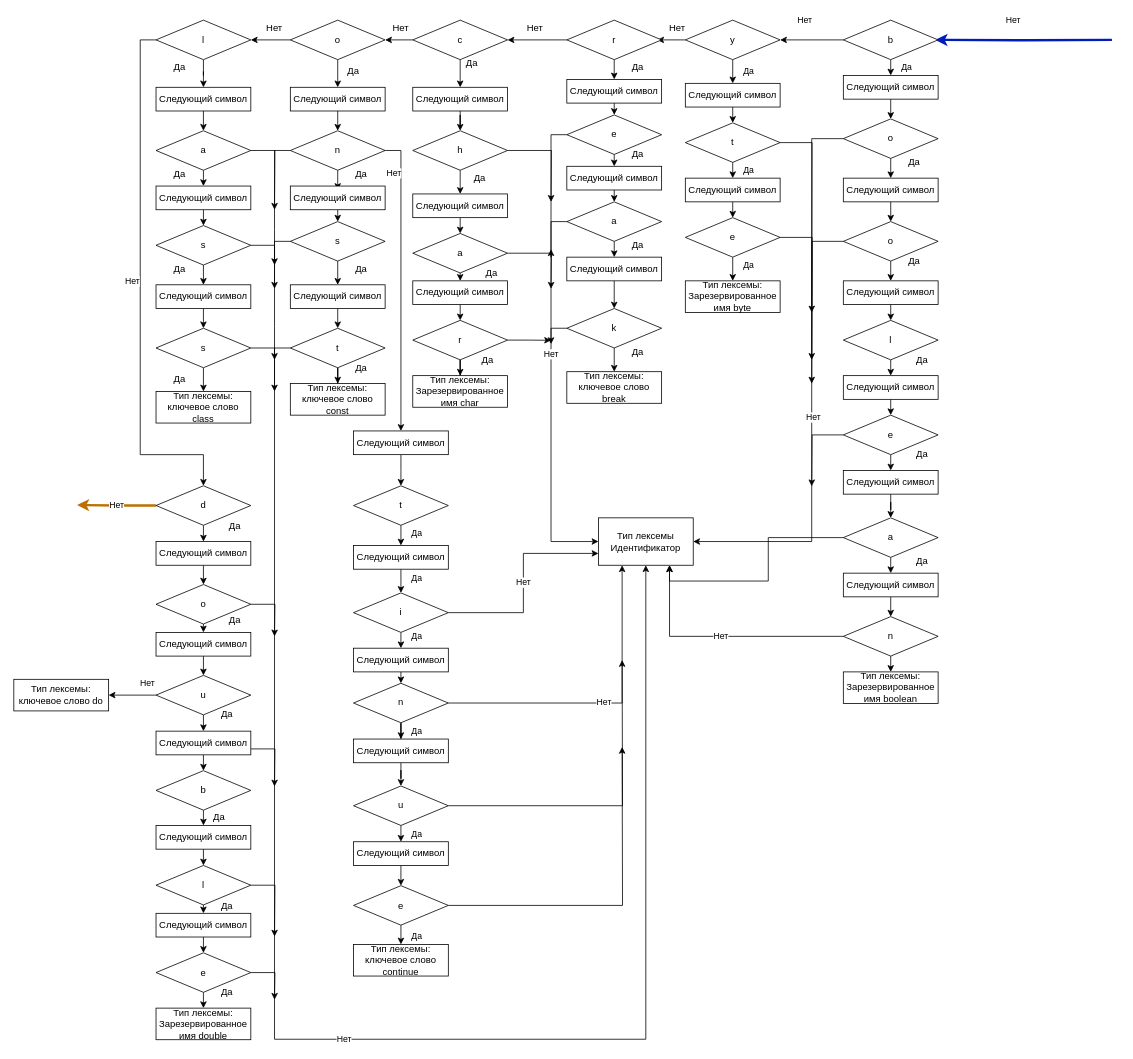
The draw.io diagram finally_automat3.drawio in DieNice/CourseTranslator, before the edit. Source tidied: cells renumbered, new cells numbered last; positions are measured from the earlier drawing's top-left corner, leaving out a move shared by most shapes. Both pictures are drawn from the tidied source at 79%, with x=0, y=0 at pixel (13, 20).
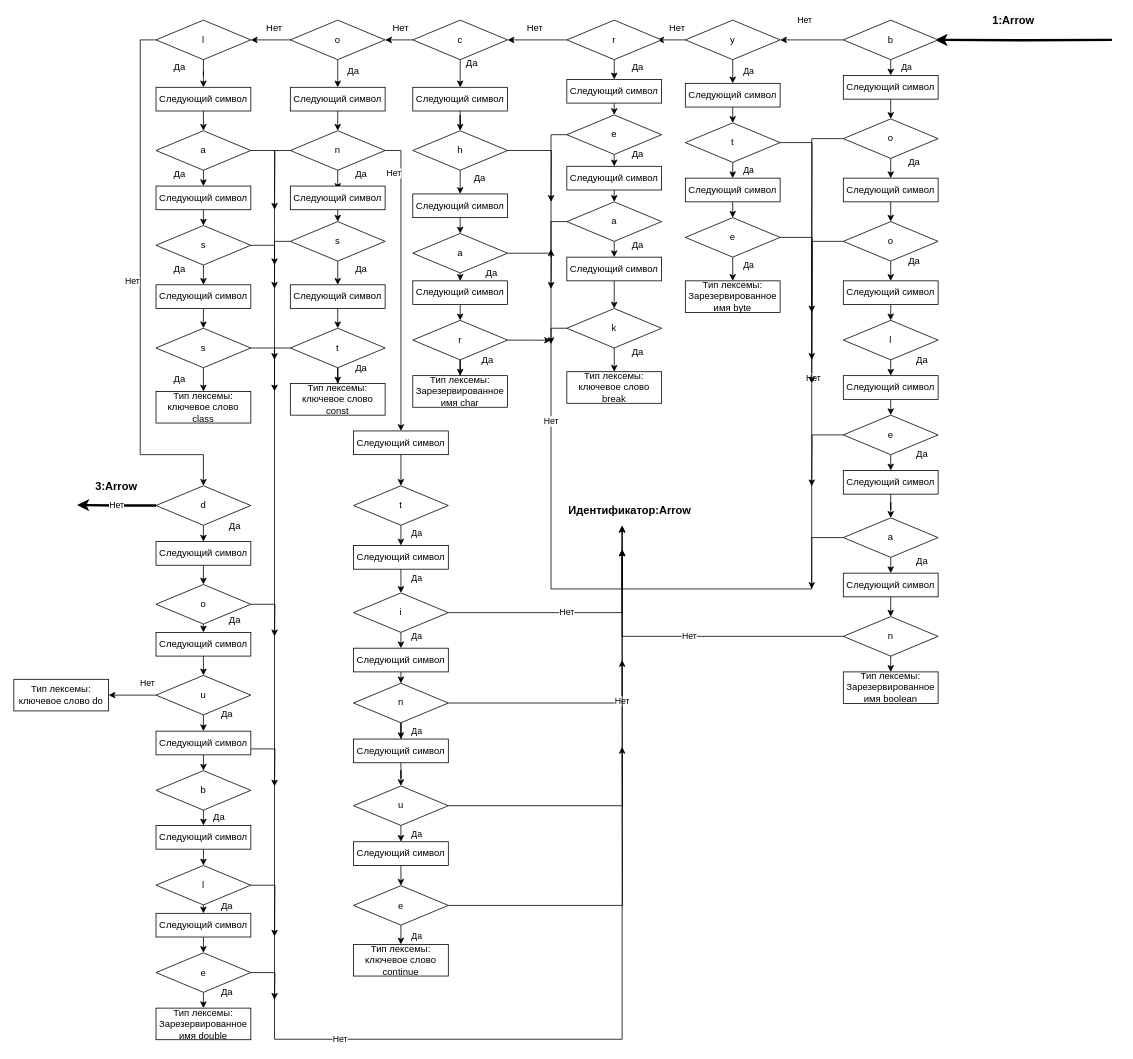
Above is the later version.

The change refers to these unchanged cells:
```xml
<mxCell id="5" value="b" style="rhombus;whiteSpace=wrap;html=1;" parent="1" vertex="1">
  <mxGeometry x="1050" width="120" height="50" as="geometry" />
</mxCell>
<mxCell id="9" value="o" style="rhombus;whiteSpace=wrap;html=1;" parent="1" vertex="1">
  <mxGeometry x="1050" y="125" width="120" height="50" as="geometry" />
</mxCell>
<mxCell id="20" value="a" style="rhombus;whiteSpace=wrap;html=1;" parent="1" vertex="1">
  <mxGeometry x="1050" y="630" width="120" height="50" as="geometry" />
</mxCell>
<mxCell id="23" value="n" style="rhombus;whiteSpace=wrap;html=1;" parent="1" vertex="1">
  <mxGeometry x="1050" y="755" width="120" height="50" as="geometry" />
</mxCell>
<mxCell id="43" value="e" style="rhombus;whiteSpace=wrap;html=1;" parent="1" vertex="1">
  <mxGeometry x="700" y="120" width="120" height="50" as="geometry" />
</mxCell>
<mxCell id="87" value="t" style="rhombus;whiteSpace=wrap;html=1;" parent="1" vertex="1">
  <mxGeometry x="350" y="390" width="120" height="50" as="geometry" />
</mxCell>
<mxCell id="112" value="i" style="rhombus;whiteSpace=wrap;html=1;" parent="1" vertex="1">
  <mxGeometry x="430" y="725" width="120" height="50" as="geometry" />
</mxCell>
<mxCell id="115" value="n" style="rhombus;whiteSpace=wrap;html=1;" parent="1" vertex="1">
  <mxGeometry x="430" y="839.4" width="120" height="50" as="geometry" />
</mxCell>
<mxCell id="126" value="d" style="rhombus;whiteSpace=wrap;html=1;" parent="1" vertex="1">
  <mxGeometry x="180" y="589.4" width="120" height="50" as="geometry" />
</mxCell>
```

Diff of the diagram source:
```diff
@@
-    <mxCell id="2" value="Нет" style="edgeStyle=orthogonalEdgeStyle;rounded=0;jettySize=auto;html=1;exitX=0;exitY=0.5;exitDx=0;exitDy=0;entryX=0.971;entryY=0.5;entryDx=0;entryDy=0;entryPerimeter=0;fillColor=#0050ef;strokeColor=#001DBC;strokeWidth=3;" parent="1" edge="1" target="5">
+    <mxCell id="2" value="&lt;b style=&quot;color: rgb(0, 0, 0); font-family: helvetica; font-size: 12px; font-style: normal; letter-spacing: normal; text-align: center; text-indent: 0px; text-transform: none; word-spacing: 0px; background-color: rgb(248, 249, 250);&quot;&gt;&lt;font style=&quot;font-size: 14px&quot;&gt;1:Arrow&lt;/font&gt;&lt;/b&gt;" style="edgeStyle=orthogonalEdgeStyle;rounded=0;jettySize=auto;html=1;exitX=0;exitY=0.5;exitDx=0;exitDy=0;entryX=0.971;entryY=0.5;entryDx=0;entryDy=0;entryPerimeter=0;fillColor=#0050ef;strokeWidth=3;" parent="1" edge="1" target="5">
       <mxGeometry x="0.12" y="-25" relative="1" as="geometry">
         <mxPoint x="1390" y="25" as="sourcePoint" />
         <mxPoint x="-1" as="offset" />
       </mxGeometry>
     </mxCell>
@@
-    <mxCell id="7" style="edgeStyle=orthogonalEdgeStyle;rounded=0;jettySize=auto;html=1;exitX=0;exitY=0.5;exitDx=0;exitDy=0;entryX=1;entryY=0.5;entryDx=0;entryDy=0;strokeWidth=1;" parent="1" edge="1" source="9" target="216">
+    <mxCell id="7" style="edgeStyle=orthogonalEdgeStyle;rounded=0;jettySize=auto;html=1;exitX=0;exitY=0.5;exitDx=0;exitDy=0;strokeWidth=1;" parent="1" edge="1" source="9">
       <mxGeometry relative="1" as="geometry">
+        <mxPoint x="1010" y="720" as="targetPoint" />
         <Array as="points">
           <mxPoint x="1010" y="150" />
           <mxPoint x="1010" y="660" />
         </Array>
       </mxGeometry>
     </mxCell>
@@
-    <mxCell id="19" style="edgeStyle=orthogonalEdgeStyle;rounded=0;jettySize=auto;html=1;exitX=0;exitY=0.5;exitDx=0;exitDy=0;entryX=0.75;entryY=1;entryDx=0;entryDy=0;strokeWidth=1;" parent="1" edge="1" source="20" target="216">
-      <mxGeometry relative="1" as="geometry" />
+    <mxCell id="19" style="edgeStyle=orthogonalEdgeStyle;rounded=0;jettySize=auto;html=1;exitX=0;exitY=0.5;exitDx=0;exitDy=0;strokeWidth=1;" parent="1" edge="1" source="20">
+      <mxGeometry relative="1" as="geometry">
+        <mxPoint x="770" y="640" as="targetPoint" />
+        <Array as="points">
+          <mxPoint x="1010" y="655" />
+          <mxPoint x="1010" y="720" />
+          <mxPoint x="770" y="720" />
+        </Array>
+      </mxGeometry>
     </mxCell>
@@
-    <mxCell id="22" value="Нет" style="edgeStyle=orthogonalEdgeStyle;rounded=0;jettySize=auto;html=1;exitX=0;exitY=0.5;exitDx=0;exitDy=0;entryX=0.75;entryY=1;entryDx=0;entryDy=0;strokeWidth=1;" parent="1" edge="1" source="23" target="216">
-      <mxGeometry relative="1" as="geometry" />
+    <mxCell id="22" value="Нет" style="edgeStyle=orthogonalEdgeStyle;rounded=0;jettySize=auto;html=1;exitX=0;exitY=0.5;exitDx=0;exitDy=0;strokeWidth=1;" parent="1" edge="1" source="23">
+      <mxGeometry relative="1" as="geometry">
+        <mxPoint x="770" y="670" as="targetPoint" />
+        <Array as="points">
+          <mxPoint x="770" y="780" />
+          <mxPoint x="770" y="690" />
+        </Array>
+      </mxGeometry>
     </mxCell>
@@
-    <mxCell id="42" value="Нет" style="edgeStyle=orthogonalEdgeStyle;rounded=0;jettySize=auto;html=1;exitX=0;exitY=0.5;exitDx=0;exitDy=0;entryX=0;entryY=0.5;entryDx=0;entryDy=0;strokeWidth=1;" parent="1" edge="1" source="43" target="216">
-      <mxGeometry relative="1" as="geometry" />
+    <mxCell id="42" value="Нет" style="edgeStyle=orthogonalEdgeStyle;rounded=0;jettySize=auto;html=1;exitX=0;exitY=0.5;exitDx=0;exitDy=0;strokeWidth=1;" parent="1" edge="1" source="43">
+      <mxGeometry relative="1" as="geometry">
+        <mxPoint x="770" y="640" as="targetPoint" />
+        <Array as="points">
+          <mxPoint x="680" y="145" />
+          <mxPoint x="680" y="720" />
+          <mxPoint x="770" y="720" />
+          <mxPoint x="770" y="660" />
+        </Array>
+      </mxGeometry>
     </mxCell>
@@
-    <mxCell id="86" value="Нет" style="edgeStyle=orthogonalEdgeStyle;rounded=0;jettySize=auto;html=1;exitX=0;exitY=0.5;exitDx=0;exitDy=0;entryX=0.5;entryY=1;entryDx=0;entryDy=0;strokeWidth=1;" parent="1" edge="1" source="87" target="216">
+    <mxCell id="86" value="Нет" style="edgeStyle=orthogonalEdgeStyle;rounded=0;jettySize=auto;html=1;exitX=0;exitY=0.5;exitDx=0;exitDy=0;strokeWidth=1;" parent="1" edge="1" source="87">
       <mxGeometry relative="1" as="geometry">
+        <mxPoint x="770" y="670" as="targetPoint" />
         <Array as="points">
           <mxPoint x="330" y="415" />
           <mxPoint x="330" y="1290" />
-          <mxPoint x="800" y="1290" />
+          <mxPoint x="770" y="1290" />
+          <mxPoint x="770" y="690" />
         </Array>
       </mxGeometry>
     </mxCell>
@@
-    <mxCell id="111" value="Нет" style="edgeStyle=orthogonalEdgeStyle;rounded=0;jettySize=auto;html=1;exitX=1;exitY=0.5;exitDx=0;exitDy=0;entryX=0;entryY=0.75;entryDx=0;entryDy=0;strokeWidth=1;" parent="1" edge="1" source="112" target="216">
-      <mxGeometry relative="1" as="geometry" />
+    <mxCell id="111" value="Нет" style="edgeStyle=orthogonalEdgeStyle;rounded=0;jettySize=auto;html=1;exitX=1;exitY=0.5;exitDx=0;exitDy=0;strokeWidth=1;" parent="1" edge="1" source="112">
+      <mxGeometry relative="1" as="geometry">
+        <mxPoint x="770" y="670" as="targetPoint" />
+        <Array as="points">
+          <mxPoint x="770" y="750" />
+          <mxPoint x="770" y="675" />
+        </Array>
+      </mxGeometry>
     </mxCell>
@@
-    <mxCell id="114" value="Нет" style="edgeStyle=orthogonalEdgeStyle;rounded=0;jettySize=auto;html=1;exitX=1;exitY=0.5;exitDx=0;exitDy=0;entryX=0.25;entryY=1;entryDx=0;entryDy=0;strokeWidth=1;" parent="1" edge="1" source="115" target="216">
-      <mxGeometry relative="1" as="geometry" />
+    <mxCell id="114" value="Нет" style="edgeStyle=orthogonalEdgeStyle;rounded=0;jettySize=auto;html=1;exitX=1;exitY=0.5;exitDx=0;exitDy=0;strokeWidth=1;" parent="1" edge="1" source="115">
+      <mxGeometry relative="1" as="geometry">
+        <mxPoint x="770" y="640" as="targetPoint" />
+        <Array as="points">
+          <mxPoint x="770" y="864" />
+        </Array>
+      </mxGeometry>
     </mxCell>
@@
-    <mxCell id="125" value="Нет" style="edgeStyle=orthogonalEdgeStyle;rounded=0;jettySize=auto;html=1;exitX=0;exitY=0.5;exitDx=0;exitDy=0;strokeWidth=3;fillColor=#f0a30a;strokeColor=#BD7000;" parent="1" edge="1" source="126">
+    <mxCell id="125" value="Нет" style="edgeStyle=orthogonalEdgeStyle;rounded=0;jettySize=auto;html=1;exitX=0;exitY=0.5;exitDx=0;exitDy=0;strokeWidth=3;fillColor=#f0a30a;" parent="1" edge="1" source="126">
       <mxGeometry relative="1" as="geometry">
         <mxPoint x="80" y="613.7" as="targetPoint" />
       </mxGeometry>
     </mxCell>
@@
-    <mxCell id="216" value="Тип лексемы Идентификатор" style="rounded=0;whiteSpace=wrap;html=1;" parent="1" vertex="1">
-      <mxGeometry x="740" y="630" width="120" height="60" as="geometry" />
-    </mxCell>
+    <mxCell id="217" value="&lt;b&gt;&lt;font style=&quot;font-size: 14px&quot;&gt;3:Arrow&lt;/font&gt;&lt;/b&gt;" style="text;html=1;strokeColor=none;fillColor=none;align=center;verticalAlign=middle;whiteSpace=wrap;rounded=0;" parent="1" vertex="1">
+      <mxGeometry x="110" y="580" width="40" height="20" as="geometry" />
+    </mxCell>
+    <mxCell id="218" value="&lt;font style=&quot;font-size: 14px&quot;&gt;&lt;b&gt;Идентификатор:Arrow&lt;/b&gt;&lt;/font&gt;" style="text;html=1;strokeColor=none;fillColor=none;align=center;verticalAlign=middle;whiteSpace=wrap;rounded=0;" parent="1" vertex="1">
+      <mxGeometry x="760" y="610" width="40" height="20" as="geometry" />
+    </mxCell>
```
